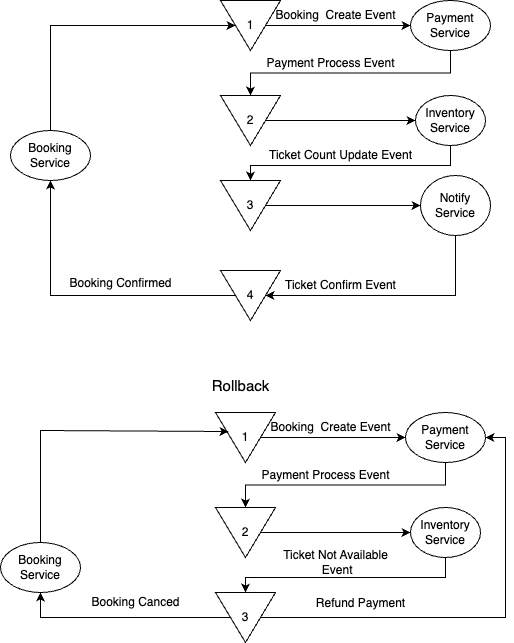
Earlier version of the draw.io export TrainSeatsBookingSystem/DistributedTransaction.png (muskan70/LLD-solutions). Source tidied: cells renumbered, new cells last; positions are measured from the earlier drawing's top-left corner, leaving out a move shared by most shapes.
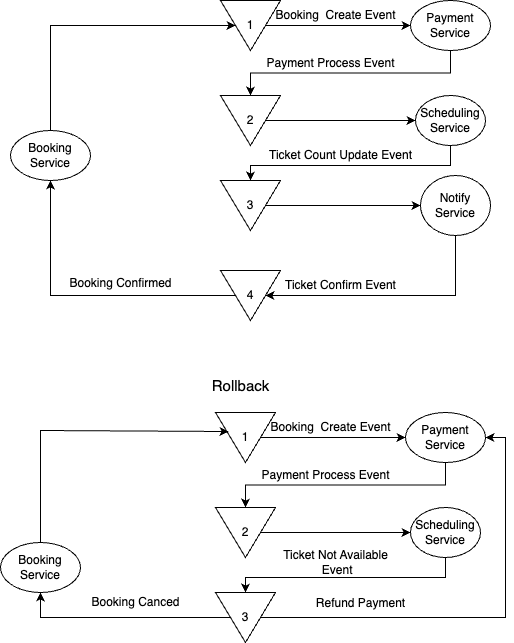
The same file after the commit.

The edit, as a diff of the source:
```diff
@@ -26,7 +26,7 @@
         </Array>
       </mxGeometry>
     </mxCell>
-    <mxCell id="7" value="Inventory Service" style="ellipse;whiteSpace=wrap;html=1;" parent="1" vertex="1">
+    <mxCell id="7" value="Scheduling Service" style="ellipse;whiteSpace=wrap;html=1;" parent="1" vertex="1">
       <mxGeometry x="415" y="95" width="70" height="50" as="geometry" />
     </mxCell>
     <mxCell id="8" style="edgeStyle=orthogonalEdgeStyle;rounded=0;jettySize=auto;html=1;exitX=0.5;exitY=1;exitDx=0;exitDy=0;entryX=0.5;entryY=0;entryDx=0;entryDy=0;" parent="1" edge="1" source="9" target="16">
@@ -92,7 +92,7 @@
         </Array>
       </mxGeometry>
     </mxCell>
-    <mxCell id="26" value="Inventory Service" style="ellipse;whiteSpace=wrap;html=1;" parent="1" vertex="1">
+    <mxCell id="26" value="Scheduling Service" style="ellipse;whiteSpace=wrap;html=1;" parent="1" vertex="1">
       <mxGeometry x="410" y="507" width="70" height="50" as="geometry" />
     </mxCell>
     <mxCell id="27" value="1" style="triangle;whiteSpace=wrap;html=1;direction=south;" parent="1" vertex="1">
```
